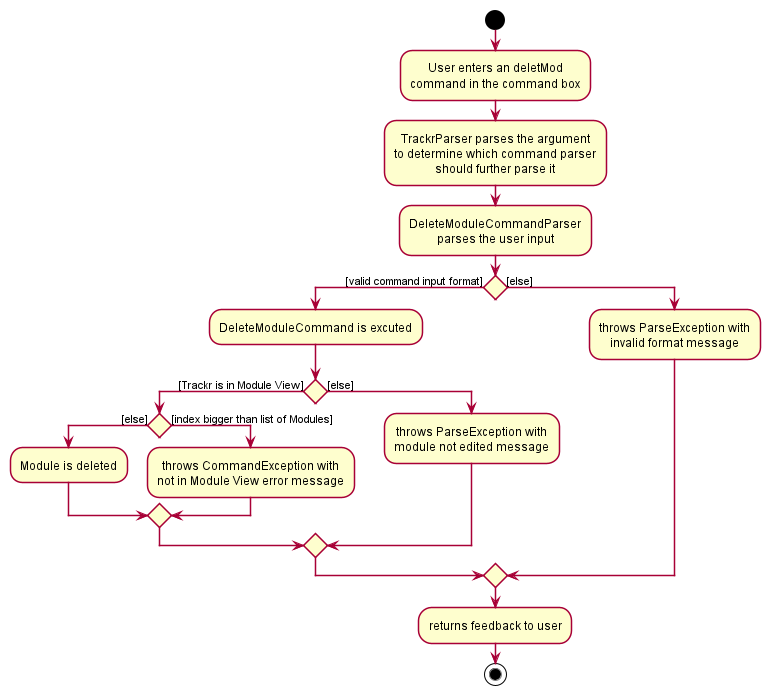
nus-cs2103-AY2021S1/tp keeps this PlantUML diagram as docs/images/DeleteCommandActivityDiagram.png. Above is the earlier version.
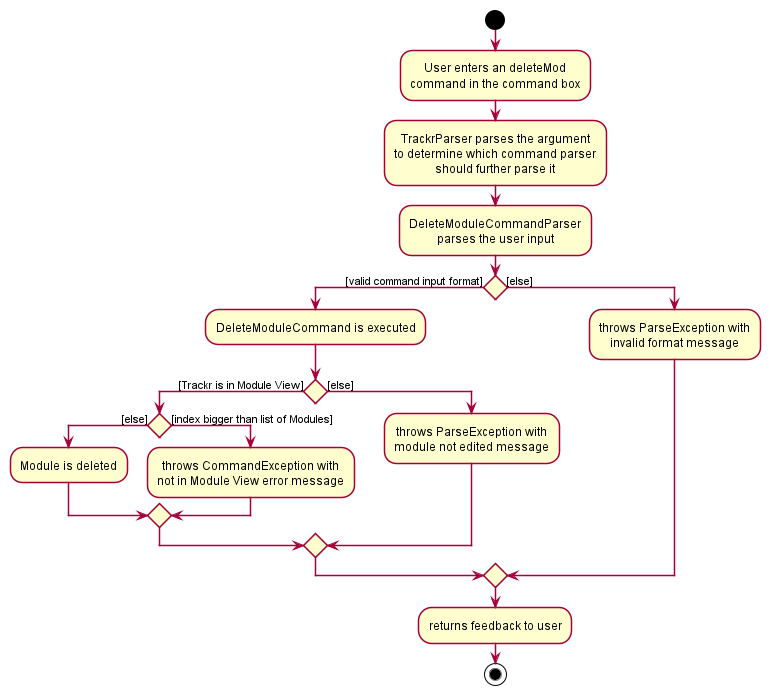
After the change.

The edit, as a diff of the source:
```diff
@@ -50,7 +50,7 @@
 
 start
 
-:User enters an deletMod
+:User enters an deleteMod
 command in the command box;
 
 :TrackrParser parses the argument
@@ -61,7 +61,7 @@
 parses the user input;
 
 if () then ([valid command input format])
-    :DeleteModuleCommand is excuted;
+    :DeleteModuleCommand is executed;
     if () then ([Trackr is in Module View])
         if () then ([else])
             :Module is deleted;
```
